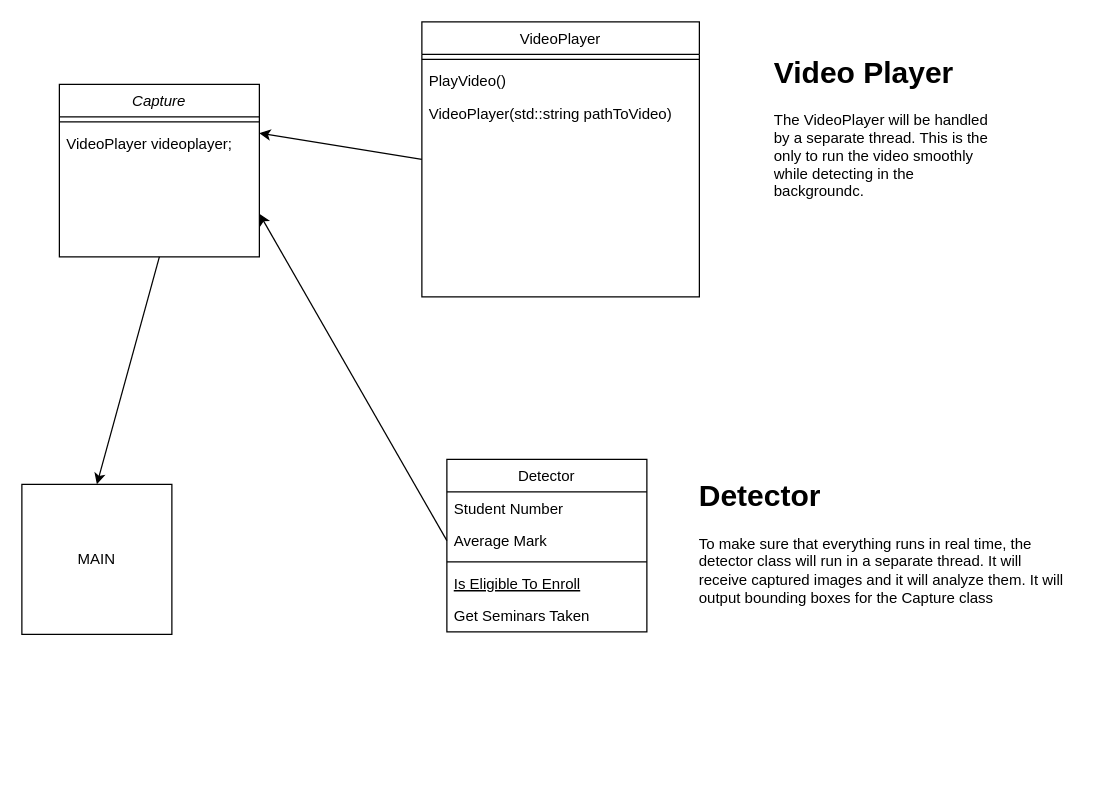
Before: Design/Class Diagram.drawio in Chrd26/motionmedia, a draw.io diagram. Source tidied: cells renumbered, new cells numbered last; positions are measured from the earlier drawing's top-left corner, leaving out a move shared by most shapes. Both pictures are drawn from the tidied source at 125%, with x=0, y=0 at pixel (21, 21).
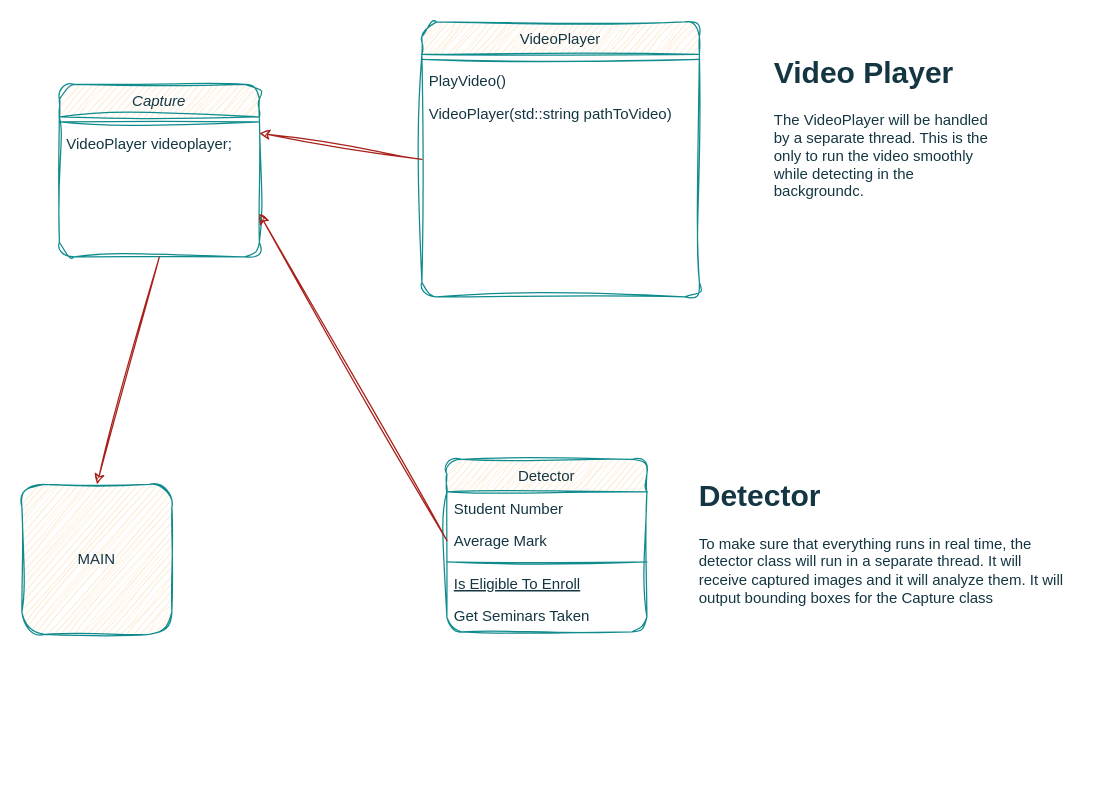
The same diagram, later.

Commit message (it also covers changes not shown here):
Completed the video player object. Window creation on MacOS should always be on them ain thread. This is a huge problem

What changed in the source:
```diff
@@
-    <mxCell id="2" value="Capture" style="swimlane;fontStyle=2;align=center;verticalAlign=top;horizontal=1;startSize=26;rounded=0;shadow=0;strokeWidth=1;" parent="1" vertex="1">
+    <mxCell id="2" value="Capture" style="swimlane;fontStyle=2;align=center;verticalAlign=top;horizontal=1;startSize=26;rounded=1;shadow=0;strokeWidth=1;labelBackgroundColor=none;fillColor=#FAE5C7;strokeColor=#0F8B8D;fontColor=#143642;sketch=1;curveFitting=1;jiggle=2;" parent="1" vertex="1">
       <mxGeometry x="30" y="50" width="160" height="138" as="geometry" />
     </mxCell>
-    <mxCell id="3" style="line;html=1;strokeWidth=1;align=left;verticalAlign=middle;spacingTop=-1;spacingLeft=3;spacingRight=3;labelPosition=right;" parent="2" vertex="1">
+    <mxCell id="3" style="line;html=1;strokeWidth=1;align=left;verticalAlign=middle;spacingTop=-1;spacingLeft=3;spacingRight=3;labelPosition=right;labelBackgroundColor=none;fillColor=#FAE5C7;strokeColor=#0F8B8D;fontColor=#143642;sketch=1;curveFitting=1;jiggle=2;rounded=1;" parent="2" vertex="1">
       <mxGeometry y="26" width="160" height="8" as="geometry" />
     </mxCell>
-    <mxCell id="4" value="VideoPlayer videoplayer;" style="text;align=left;verticalAlign=top;spacingLeft=4;spacingRight=4;overflow=hidden;" parent="2" vertex="1">
+    <mxCell id="4" value="VideoPlayer videoplayer;" style="text;align=left;verticalAlign=top;spacingLeft=4;spacingRight=4;overflow=hidden;labelBackgroundColor=none;fontColor=#143642;sketch=1;curveFitting=1;jiggle=2;rounded=1;" parent="2" vertex="1">
       <mxGeometry y="34" width="160" height="26" as="geometry" />
     </mxCell>
-    <mxCell id="5" value="Detector" style="swimlane;fontStyle=0;align=center;verticalAlign=top;horizontal=1;startSize=26;rounded=0;shadow=0;strokeWidth=1;" parent="1" vertex="1">
+    <mxCell id="5" value="Detector" style="swimlane;fontStyle=0;align=center;verticalAlign=top;horizontal=1;startSize=26;rounded=1;shadow=0;strokeWidth=1;labelBackgroundColor=none;fillColor=#FAE5C7;strokeColor=#0F8B8D;fontColor=#143642;sketch=1;curveFitting=1;jiggle=2;" parent="1" vertex="1">
       <mxGeometry x="340" y="350" width="160" height="138" as="geometry" />
     </mxCell>
-    <mxCell id="6" value="Student Number" style="text;align=left;verticalAlign=top;spacingLeft=4;spacingRight=4;overflow=hidden;" parent="5" vertex="1">
+    <mxCell id="6" value="Student Number" style="text;align=left;verticalAlign=top;spacingLeft=4;spacingRight=4;overflow=hidden;labelBackgroundColor=none;fontColor=#143642;sketch=1;curveFitting=1;jiggle=2;rounded=1;" parent="5" vertex="1">
       <mxGeometry y="26" width="160" height="26" as="geometry" />
     </mxCell>
-    <mxCell id="7" value="Average Mark" style="text;align=left;verticalAlign=top;spacingLeft=4;spacingRight=4;overflow=hidden;points=[[0,0.5],[1,0.5]];portConstraint=eastwest;rounded=0;shadow=0;html=0;" parent="5" vertex="1">
+    <mxCell id="7" value="Average Mark" style="text;align=left;verticalAlign=top;spacingLeft=4;spacingRight=4;overflow=hidden;points=[[0,0.5],[1,0.5]];portConstraint=eastwest;rounded=1;shadow=0;html=0;labelBackgroundColor=none;fontColor=#143642;sketch=1;curveFitting=1;jiggle=2;" parent="5" vertex="1">
       <mxGeometry y="52" width="160" height="26" as="geometry" />
     </mxCell>
-    <mxCell id="8" style="line;html=1;strokeWidth=1;align=left;verticalAlign=middle;spacingTop=-1;spacingLeft=3;spacingRight=3;labelPosition=right;" parent="5" vertex="1">
+    <mxCell id="8" style="line;html=1;strokeWidth=1;align=left;verticalAlign=middle;spacingTop=-1;spacingLeft=3;spacingRight=3;labelPosition=right;labelBackgroundColor=none;fillColor=#FAE5C7;strokeColor=#0F8B8D;fontColor=#143642;sketch=1;curveFitting=1;jiggle=2;rounded=1;" parent="5" vertex="1">
       <mxGeometry y="78" width="160" height="8" as="geometry" />
     </mxCell>
-    <mxCell id="9" value="Is Eligible To Enroll" style="text;align=left;verticalAlign=top;spacingLeft=4;spacingRight=4;overflow=hidden;fontStyle=4;" parent="5" vertex="1">
+    <mxCell id="9" value="Is Eligible To Enroll" style="text;align=left;verticalAlign=top;spacingLeft=4;spacingRight=4;overflow=hidden;fontStyle=4;labelBackgroundColor=none;fontColor=#143642;sketch=1;curveFitting=1;jiggle=2;rounded=1;" parent="5" vertex="1">
       <mxGeometry y="86" width="160" height="26" as="geometry" />
     </mxCell>
-    <mxCell id="10" value="Get Seminars Taken" style="text;align=left;verticalAlign=top;spacingLeft=4;spacingRight=4;overflow=hidden;" parent="5" vertex="1">
+    <mxCell id="10" value="Get Seminars Taken" style="text;align=left;verticalAlign=top;spacingLeft=4;spacingRight=4;overflow=hidden;labelBackgroundColor=none;fontColor=#143642;sketch=1;curveFitting=1;jiggle=2;rounded=1;" parent="5" vertex="1">
       <mxGeometry y="112" width="160" height="26" as="geometry" />
     </mxCell>
-    <mxCell id="11" value="VideoPlayer" style="swimlane;fontStyle=0;align=center;verticalAlign=top;horizontal=1;startSize=26;rounded=0;shadow=0;strokeWidth=1;" parent="1" vertex="1">
+    <mxCell id="11" value="VideoPlayer" style="swimlane;fontStyle=0;align=center;verticalAlign=top;horizontal=1;startSize=26;rounded=1;shadow=0;strokeWidth=1;labelBackgroundColor=none;fillColor=#FAE5C7;strokeColor=#0F8B8D;fontColor=#143642;sketch=1;curveFitting=1;jiggle=2;" parent="1" vertex="1">
       <mxGeometry x="320" width="222" height="220" as="geometry" />
     </mxCell>
-    <mxCell id="12" style="line;html=1;strokeWidth=1;align=left;verticalAlign=middle;spacingTop=-1;spacingLeft=3;spacingRight=3;labelPosition=right;" parent="11" vertex="1">
+    <mxCell id="12" style="line;html=1;strokeWidth=1;align=left;verticalAlign=middle;spacingTop=-1;spacingLeft=3;spacingRight=3;labelPosition=right;labelBackgroundColor=none;fillColor=#FAE5C7;strokeColor=#0F8B8D;fontColor=#143642;sketch=1;curveFitting=1;jiggle=2;rounded=1;" parent="11" vertex="1">
       <mxGeometry y="26" width="222" height="8" as="geometry" />
     </mxCell>
-    <mxCell id="13" value="PlayVideo()" style="text;align=left;verticalAlign=top;spacingLeft=4;spacingRight=4;overflow=hidden;" parent="11" vertex="1">
+    <mxCell id="13" value="PlayVideo()" style="text;align=left;verticalAlign=top;spacingLeft=4;spacingRight=4;overflow=hidden;labelBackgroundColor=none;fontColor=#143642;sketch=1;curveFitting=1;jiggle=2;rounded=1;" parent="11" vertex="1">
       <mxGeometry y="34" width="222" height="26" as="geometry" />
     </mxCell>
-    <mxCell id="14" value="VideoPlayer(std::string pathToVideo)" style="text;align=left;verticalAlign=top;spacingLeft=4;spacingRight=4;overflow=hidden;" parent="11" vertex="1">
+    <mxCell id="14" value="VideoPlayer(std::string pathToVideo)" style="text;align=left;verticalAlign=top;spacingLeft=4;spacingRight=4;overflow=hidden;labelBackgroundColor=none;fontColor=#143642;sketch=1;curveFitting=1;jiggle=2;rounded=1;" parent="11" vertex="1">
       <mxGeometry y="60" width="222" height="26" as="geometry" />
     </mxCell>
-    <mxCell id="15" style="endArrow=classic;html=1;rounded=0;exitX=0;exitY=0.5;exitDx=0;exitDy=0;entryX=1;entryY=0.5;entryDx=0;entryDy=0;" parent="1" edge="1" source="11">
+    <mxCell id="15" style="endArrow=classic;html=1;rounded=1;exitX=0;exitY=0.5;exitDx=0;exitDy=0;entryX=1;entryY=0.5;entryDx=0;entryDy=0;labelBackgroundColor=none;strokeColor=#A8201A;fontColor=default;sketch=1;curveFitting=1;jiggle=2;" parent="1" edge="1" source="11">
       <mxGeometry relative="1" as="geometry">
         <mxPoint x="190" y="89" as="targetPoint" />
       </mxGeometry>
     </mxCell>
-    <mxCell id="16" style="whiteSpace=wrap;html=1;" parent="1" vertex="1">
+    <mxCell id="16" style="whiteSpace=wrap;html=1;labelBackgroundColor=none;fillColor=#FAE5C7;strokeColor=#0F8B8D;fontColor=#143642;sketch=1;curveFitting=1;jiggle=2;rounded=1;" parent="1" vertex="1">
       <mxGeometry y="370" width="120" height="120" as="geometry" />
     </mxCell>
-    <mxCell id="17" value="MAIN" style="text;html=1;align=center;verticalAlign=middle;whiteSpace=wrap;rounded=0;" parent="1" vertex="1">
+    <mxCell id="17" value="MAIN" style="text;html=1;align=center;verticalAlign=middle;whiteSpace=wrap;rounded=1;labelBackgroundColor=none;fontColor=#143642;sketch=1;curveFitting=1;jiggle=2;" parent="1" vertex="1">
       <mxGeometry x="30" y="415" width="60" height="30" as="geometry" />
     </mxCell>
-    <mxCell id="18" style="endArrow=classic;html=1;rounded=0;entryX=0.5;entryY=0;entryDx=0;entryDy=0;exitX=0.5;exitY=1;exitDx=0;exitDy=0;" parent="1" edge="1" source="2" target="16">
+    <mxCell id="18" style="endArrow=classic;html=1;rounded=1;entryX=0.5;entryY=0;entryDx=0;entryDy=0;exitX=0.5;exitY=1;exitDx=0;exitDy=0;labelBackgroundColor=none;strokeColor=#A8201A;fontColor=default;sketch=1;curveFitting=1;jiggle=2;" parent="1" edge="1" source="2" target="16">
       <mxGeometry relative="1" as="geometry" />
     </mxCell>
-    <mxCell id="19" value="&lt;h1 style=&quot;margin-top: 0px;&quot;&gt;Video Player&lt;/h1&gt;&lt;p&gt;The VideoPlayer will be handled by a separate thread. This is the only to run the video smoothly while detecting in the backgroundc.&lt;/p&gt;" style="text;html=1;whiteSpace=wrap;overflow=hidden;rounded=0;" parent="1" vertex="1">
+    <mxCell id="19" value="&lt;h1 style=&quot;margin-top: 0px;&quot;&gt;Video Player&lt;/h1&gt;&lt;p&gt;The VideoPlayer will be handled by a separate thread. This is the only to run the video smoothly while detecting in the backgroundc.&lt;/p&gt;" style="text;html=1;whiteSpace=wrap;overflow=hidden;rounded=1;labelBackgroundColor=none;fontColor=#143642;sketch=1;curveFitting=1;jiggle=2;" parent="1" vertex="1">
       <mxGeometry x="600" y="20" width="180" height="120" as="geometry" />
     </mxCell>
-    <mxCell id="20" style="endArrow=classic;html=1;rounded=0;exitX=0;exitY=0.5;exitDx=0;exitDy=0;entryX=1;entryY=0.75;entryDx=0;entryDy=0;" parent="1" edge="1" source="7" target="2">
+    <mxCell id="20" style="endArrow=classic;html=1;rounded=1;exitX=0;exitY=0.5;exitDx=0;exitDy=0;entryX=1;entryY=0.75;entryDx=0;entryDy=0;labelBackgroundColor=none;strokeColor=#A8201A;fontColor=default;sketch=1;curveFitting=1;jiggle=2;" parent="1" edge="1" source="7" target="2">
       <mxGeometry relative="1" as="geometry" />
     </mxCell>
-    <mxCell id="21" value="&lt;h1 style=&quot;margin-top: 0px;&quot;&gt;Detector&lt;/h1&gt;&lt;p&gt;To make sure that everything runs in real time, the detector class will run in a separate thread. It will receive captured images and it will analyze them. It will output bounding boxes for the Capture class&lt;/p&gt;" style="text;html=1;whiteSpace=wrap;overflow=hidden;rounded=0;" parent="1" vertex="1">
+    <mxCell id="21" value="&lt;h1 style=&quot;margin-top: 0px;&quot;&gt;Detector&lt;/h1&gt;&lt;p&gt;To make sure that everything runs in real time, the detector class will run in a separate thread. It will receive captured images and it will analyze them. It will output bounding boxes for the Capture class&lt;/p&gt;" style="text;html=1;whiteSpace=wrap;overflow=hidden;rounded=1;labelBackgroundColor=none;fontColor=#143642;sketch=1;curveFitting=1;jiggle=2;" parent="1" vertex="1">
       <mxGeometry x="540" y="359" width="300" height="251" as="geometry" />
     </mxCell>
```
